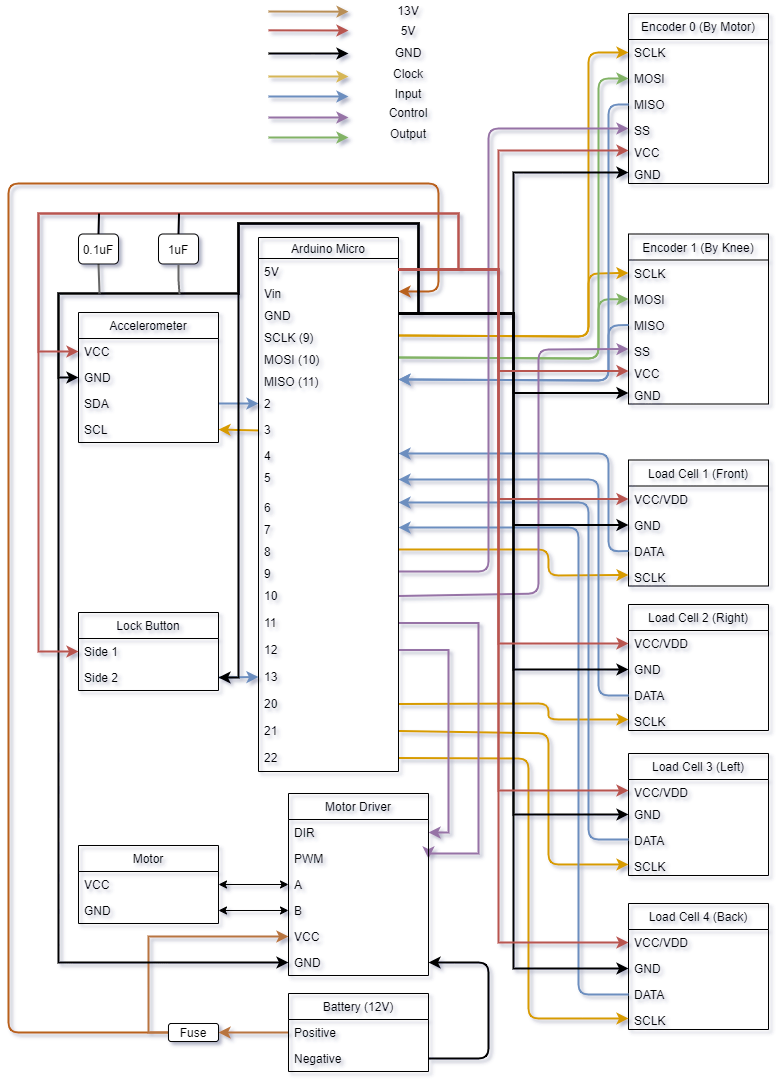
Above: Hardware/Design Schematics/Preliminary Design.png in PackBionics/cybathlon-archive (draw.io), before the change. Source tidied: cells renumbered, new cells last; positions are measured from the earlier drawing's top-left corner, leaving out a move shared by most shapes.
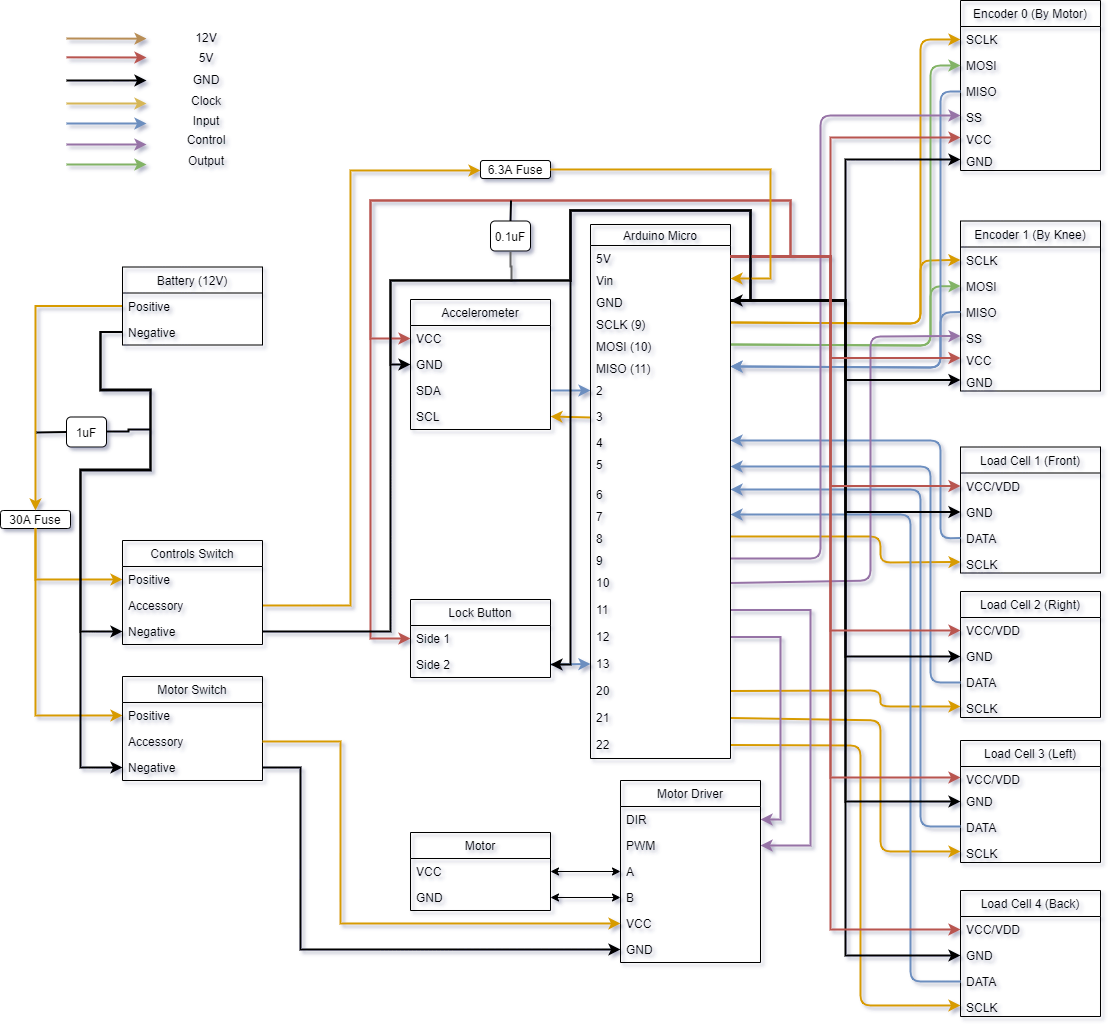
The same diagram one commit later.

What changed in the source:
```diff
@@ -250,14 +250,6 @@
     </mxCell>
-    <mxCell id="56" style="endArrow=classic;html=1;exitX=1;exitY=0.5;exitDx=0;exitDy=0;entryX=1;entryY=0.5;entryDx=0;entryDy=0;strokeWidth=2;" parent="1" edge="1" source="100" target="107">
-      <mxGeometry relative="1" as="geometry">
-        <Array as="points">
-          <mxPoint x="480" y="1058" />
-          <mxPoint x="480" y="962" />
-        </Array>
-      </mxGeometry>
-    </mxCell>
     <mxCell id="57" style="endArrow=classic;html=1;strokeWidth=2;fillColor=#f8cecc;strokeColor=#b85450;" parent="1" edge="1">
       <mxGeometry relative="1" as="geometry">
-        <mxPoint x="260" y="29.8" as="sourcePoint" />
-        <mxPoint x="340" y="30" as="targetPoint" />
+        <mxPoint x="-274" y="69.8" as="sourcePoint" />
+        <mxPoint x="-194" y="70" as="targetPoint" />
       </mxGeometry>
@@ -266,4 +258,4 @@
       <mxGeometry relative="1" as="geometry">
-        <mxPoint x="260" y="53" as="sourcePoint" />
-        <mxPoint x="340" y="53" as="targetPoint" />
+        <mxPoint x="-274" y="93" as="sourcePoint" />
+        <mxPoint x="-194" y="93" as="targetPoint" />
       </mxGeometry>
@@ -272,4 +264,4 @@
       <mxGeometry relative="1" as="geometry">
-        <mxPoint x="260" y="76" as="sourcePoint" />
-        <mxPoint x="340" y="76" as="targetPoint" />
+        <mxPoint x="-274" y="116" as="sourcePoint" />
+        <mxPoint x="-194" y="116" as="targetPoint" />
       </mxGeometry>
@@ -278,4 +270,4 @@
       <mxGeometry relative="1" as="geometry">
-        <mxPoint x="260" y="96" as="sourcePoint" />
-        <mxPoint x="340" y="96" as="targetPoint" />
+        <mxPoint x="-274" y="136" as="sourcePoint" />
+        <mxPoint x="-194" y="136" as="targetPoint" />
       </mxGeometry>
@@ -284,4 +276,4 @@
       <mxGeometry relative="1" as="geometry">
-        <mxPoint x="260" y="117" as="sourcePoint" />
-        <mxPoint x="340" y="117" as="targetPoint" />
+        <mxPoint x="-274" y="157" as="sourcePoint" />
+        <mxPoint x="-194" y="157" as="targetPoint" />
       </mxGeometry>
@@ -290,4 +282,4 @@
       <mxGeometry relative="1" as="geometry">
-        <mxPoint x="260" y="137" as="sourcePoint" />
-        <mxPoint x="340" y="137" as="targetPoint" />
+        <mxPoint x="-274" y="177" as="sourcePoint" />
+        <mxPoint x="-194" y="177" as="targetPoint" />
       </mxGeometry>
@@ -295,18 +287,18 @@
     <mxCell id="63" value="5V" style="text;html=1;strokeColor=none;fillColor=none;align=center;verticalAlign=middle;whiteSpace=wrap;rounded=0;" parent="1" vertex="1">
-      <mxGeometry x="360" y="20" width="80" height="20" as="geometry" />
+      <mxGeometry x="-174" y="60" width="80" height="20" as="geometry" />
     </mxCell>
     <mxCell id="64" value="GND" style="text;html=1;strokeColor=none;fillColor=none;align=center;verticalAlign=middle;whiteSpace=wrap;rounded=0;" parent="1" vertex="1">
-      <mxGeometry x="360" y="42" width="80" height="20" as="geometry" />
+      <mxGeometry x="-174" y="82" width="80" height="20" as="geometry" />
     </mxCell>
     <mxCell id="65" value="Clock" style="text;html=1;strokeColor=none;fillColor=none;align=center;verticalAlign=middle;whiteSpace=wrap;rounded=0;" parent="1" vertex="1">
-      <mxGeometry x="360" y="63" width="80" height="20" as="geometry" />
+      <mxGeometry x="-174" y="103" width="80" height="20" as="geometry" />
     </mxCell>
     <mxCell id="66" value="Input" style="text;html=1;strokeColor=none;fillColor=none;align=center;verticalAlign=middle;whiteSpace=wrap;rounded=0;" parent="1" vertex="1">
-      <mxGeometry x="360" y="83" width="80" height="20" as="geometry" />
+      <mxGeometry x="-174" y="123" width="80" height="20" as="geometry" />
     </mxCell>
     <mxCell id="67" value="Control" style="text;html=1;strokeColor=none;fillColor=none;align=center;verticalAlign=middle;whiteSpace=wrap;rounded=0;" parent="1" vertex="1">
-      <mxGeometry x="360" y="102" width="80" height="20" as="geometry" />
+      <mxGeometry x="-174" y="142" width="80" height="20" as="geometry" />
     </mxCell>
     <mxCell id="68" value="Output" style="text;html=1;strokeColor=none;fillColor=none;align=center;verticalAlign=middle;whiteSpace=wrap;rounded=0;" parent="1" vertex="1">
-      <mxGeometry x="360" y="123" width="80" height="20" as="geometry" />
+      <mxGeometry x="-174" y="163" width="80" height="20" as="geometry" />
     </mxCell>
@@ -321,5 +313,4 @@
         <Array as="points">
-          <mxPoint x="470" y="622" />
-          <mxPoint x="470" y="853" />
-          <mxPoint x="420" y="853" />
+          <mxPoint x="470" y="623" />
+          <mxPoint x="470" y="858" />
         </Array>
@@ -327,20 +318,4 @@
     </mxCell>
-    <mxCell id="72" style="endArrow=classic;html=1;exitX=0;exitY=0.5;exitDx=0;exitDy=0;entryX=1;entryY=0.5;entryDx=0;entryDy=0;fillColor=#f8cecc;strokeColor=#B8601D;strokeWidth=2;" parent="1" edge="1" source="75" target="78">
-      <mxGeometry relative="1" as="geometry">
-        <Array as="points">
-          <mxPoint y="1032" />
-          <mxPoint y="183" />
-          <mxPoint x="430" y="183" />
-          <mxPoint x="430" y="291" />
-        </Array>
-      </mxGeometry>
-    </mxCell>
-    <mxCell id="73" style="edgeStyle=orthogonalEdgeStyle;rounded=0;jettySize=auto;html=1;exitX=1;exitY=0.5;exitDx=0;exitDy=0;strokeColor=#B87440;startArrow=classic;startFill=1;endArrow=none;endFill=0;strokeWidth=2;entryX=0;entryY=0.5;entryDx=0;entryDy=0;" parent="1" edge="1" source="75" target="99">
-      <mxGeometry relative="1" as="geometry" />
-    </mxCell>
-    <mxCell id="74" style="edgeStyle=orthogonalEdgeStyle;rounded=0;jettySize=auto;html=1;exitX=0;exitY=0.5;exitDx=0;exitDy=0;entryX=0;entryY=0.5;entryDx=0;entryDy=0;startArrow=none;startFill=0;endArrow=classic;endFill=1;strokeColor=#B87440;strokeWidth=2;" parent="1" edge="1" source="75" target="106">
-      <mxGeometry relative="1" as="geometry" />
-    </mxCell>
-    <mxCell id="75" value="Fuse" style="rounded=1;whiteSpace=wrap;html=1;" parent="1" vertex="1">
-      <mxGeometry x="160" y="1023" width="50" height="18" as="geometry" />
+    <mxCell id="75" value="6.3A Fuse" style="rounded=1;whiteSpace=wrap;html=1;" parent="1" vertex="1">
+      <mxGeometry x="140" y="173" width="70" height="18" as="geometry" />
     </mxCell>
@@ -412,11 +387,2 @@
     </mxCell>
-    <mxCell id="98" value="Battery (12V)" style="swimlane;fontStyle=0;horizontal=1;startSize=26;fillColor=none;" parent="1" vertex="1">
-      <mxGeometry x="280" y="993" width="140" height="78" as="geometry" />
-    </mxCell>
-    <mxCell id="99" value="Positive" style="text;strokeColor=none;fillColor=none;align=left;verticalAlign=top;spacingLeft=4;spacingRight=4;overflow=hidden;points=[[0,0.5],[1,0.5]];portConstraint=eastwest;" parent="98" vertex="1">
-      <mxGeometry y="26" width="140" height="26" as="geometry" />
-    </mxCell>
-    <mxCell id="100" value="Negative" style="text;strokeColor=none;fillColor=none;align=left;verticalAlign=top;spacingLeft=4;spacingRight=4;overflow=hidden;points=[[0,0.5],[1,0.5]];portConstraint=eastwest;" parent="98" vertex="1">
-      <mxGeometry y="52" width="140" height="26" as="geometry" />
-    </mxCell>
     <mxCell id="101" value="Motor Driver" style="swimlane;fontStyle=0;horizontal=1;startSize=26;fillColor=none;" parent="1" vertex="1">
@@ -487,14 +453,2 @@
     </mxCell>
-    <mxCell id="120" style="edgeStyle=orthogonalEdgeStyle;rounded=0;jettySize=auto;html=1;exitX=1;exitY=0.5;exitDx=0;exitDy=0;entryX=0;entryY=0.5;entryDx=0;entryDy=0;startArrow=none;startFill=0;endArrow=classic;endFill=1;strokeWidth=2;" parent="1" edge="1" source="79" target="107">
-      <mxGeometry relative="1" as="geometry">
-        <Array as="points">
-          <mxPoint x="410" y="313" />
-          <mxPoint x="410" y="223" />
-          <mxPoint x="230" y="223" />
-          <mxPoint x="230" y="293" />
-          <mxPoint x="50" y="293" />
-          <mxPoint x="50" y="962" />
-        </Array>
-      </mxGeometry>
-    </mxCell>
     <mxCell id="121" style="edgeStyle=orthogonalEdgeStyle;rounded=0;jettySize=auto;html=1;exitX=1;exitY=0.5;exitDx=0;exitDy=0;entryX=0;entryY=0.5;entryDx=0;entryDy=0;startArrow=none;startFill=0;endArrow=classic;endFill=1;strokeWidth=2;" parent="1" edge="1" source="79" target="15">
@@ -597,21 +551,11 @@
       <mxGeometry relative="1" as="geometry">
-        <mxPoint x="260" y="11" as="sourcePoint" />
-        <mxPoint x="340" y="11.2" as="targetPoint" />
+        <mxPoint x="-274" y="51" as="sourcePoint" />
+        <mxPoint x="-194" y="51.2" as="targetPoint" />
       </mxGeometry>
     </mxCell>
-    <mxCell id="137" value="13V" style="text;html=1;strokeColor=none;fillColor=none;align=center;verticalAlign=middle;whiteSpace=wrap;rounded=0;" parent="1" vertex="1">
-      <mxGeometry x="360" width="80" height="20" as="geometry" />
+    <mxCell id="137" value="12V" style="text;html=1;strokeColor=none;fillColor=none;align=center;verticalAlign=middle;whiteSpace=wrap;rounded=0;" parent="1" vertex="1">
+      <mxGeometry x="-174" y="40" width="80" height="20" as="geometry" />
     </mxCell>
-    <mxCell id="138" style="edgeStyle=orthogonalEdgeStyle;rounded=0;jettySize=auto;html=1;exitX=0.5;exitY=1;exitDx=0;exitDy=0;startArrow=none;startFill=0;endArrow=none;endFill=0;strokeColor=#666666;strokeWidth=2;fillColor=#f5f5f5;" parent="1" edge="1" source="140">
-      <mxGeometry relative="1" as="geometry">
-        <mxPoint x="91" y="293" as="targetPoint" />
-      </mxGeometry>
-    </mxCell>
-    <mxCell id="139" style="edgeStyle=orthogonalEdgeStyle;rounded=0;jettySize=auto;html=1;exitX=0.5;exitY=0;exitDx=0;exitDy=0;startArrow=none;startFill=0;endArrow=none;endFill=0;strokeWidth=2;" parent="1" edge="1" source="140">
-      <mxGeometry relative="1" as="geometry">
-        <mxPoint x="90.5" y="213" as="targetPoint" />
-      </mxGeometry>
-    </mxCell>
-    <mxCell id="140" value="0.1uF" style="rounded=1;whiteSpace=wrap;html=1;" parent="1" vertex="1">
-      <mxGeometry x="70" y="233.5" width="40" height="30" as="geometry" />
+    <mxCell id="140" value="1uF" style="rounded=1;whiteSpace=wrap;html=1;" parent="1" vertex="1">
+      <mxGeometry x="-274" y="429.5" width="40" height="30" as="geometry" />
     </mxCell>
@@ -622,3 +566,3 @@
     </mxCell>
-    <mxCell id="142" value="1uF" style="rounded=1;whiteSpace=wrap;html=1;" parent="1" vertex="1">
+    <mxCell id="142" value="0.1uF" style="rounded=1;whiteSpace=wrap;html=1;" parent="1" vertex="1">
       <mxGeometry x="150" y="233.5" width="40" height="30" as="geometry" />
@@ -634,2 +578,148 @@
     </mxCell>
+    <mxCell id="144" value="30A Fuse" style="rounded=1;whiteSpace=wrap;html=1;" parent="1" vertex="1">
+      <mxGeometry x="-340" y="523" width="70" height="18" as="geometry" />
+    </mxCell>
+    <mxCell id="145" style="edgeStyle=orthogonalEdgeStyle;rounded=0;jettySize=auto;html=1;entryX=0;entryY=0.5;entryDx=0;entryDy=0;startArrow=none;startFill=0;endArrow=classic;endFill=1;strokeColor=#d79b00;strokeWidth=2;fillColor=#ffe6cc;exitX=0.5;exitY=1;exitDx=0;exitDy=0;" parent="1" edge="1" source="144" target="159">
+      <mxGeometry relative="1" as="geometry">
+        <Array as="points">
+          <mxPoint x="-305" y="592" />
+        </Array>
+      </mxGeometry>
+    </mxCell>
+    <mxCell id="146" style="edgeStyle=orthogonalEdgeStyle;rounded=0;jettySize=auto;html=1;entryX=0;entryY=0.5;entryDx=0;entryDy=0;startArrow=none;startFill=0;endArrow=classic;endFill=1;strokeColor=#d79b00;strokeWidth=2;fillColor=#ffe6cc;exitX=0.5;exitY=1;exitDx=0;exitDy=0;" parent="1" edge="1" source="144" target="152">
+      <mxGeometry relative="1" as="geometry">
+        <Array as="points">
+          <mxPoint x="-305" y="728" />
+        </Array>
+      </mxGeometry>
+    </mxCell>
+    <mxCell id="147" style="edgeStyle=orthogonalEdgeStyle;rounded=0;jettySize=auto;html=1;startArrow=none;startFill=0;endArrow=classic;endFill=1;strokeColor=#d79b00;strokeWidth=2;fillColor=#ffe6cc;exitX=0;exitY=0.5;exitDx=0;exitDy=0;entryX=0.5;entryY=0;entryDx=0;entryDy=0;" parent="1" edge="1" source="99" target="144">
+      <mxGeometry relative="1" as="geometry">
+        <Array as="points">
+          <mxPoint x="-305" y="319" />
+        </Array>
+      </mxGeometry>
+    </mxCell>
+    <mxCell id="148" style="edgeStyle=orthogonalEdgeStyle;rounded=0;jettySize=auto;html=1;startArrow=none;startFill=0;endArrow=classic;endFill=1;strokeWidth=2;fillColor=#f8cecc;exitX=0;exitY=0.5;exitDx=0;exitDy=0;entryX=0;entryY=0.5;entryDx=0;entryDy=0;" parent="1" edge="1" source="100" target="161">
+      <mxGeometry relative="1" as="geometry">
+        <Array as="points">
+          <mxPoint x="-240" y="345" />
+          <mxPoint x="-240" y="403" />
+          <mxPoint x="-190" y="403" />
+          <mxPoint x="-190" y="483" />
+          <mxPoint x="-260" y="483" />
+          <mxPoint x="-260" y="644" />
+        </Array>
+      </mxGeometry>
+    </mxCell>
+    <mxCell id="149" style="edgeStyle=orthogonalEdgeStyle;rounded=0;jettySize=auto;html=1;startArrow=none;startFill=0;endArrow=none;endFill=0;strokeWidth=2;entryX=0;entryY=0.5;entryDx=0;entryDy=0;" parent="1" edge="1" target="140">
+      <mxGeometry relative="1" as="geometry">
+        <mxPoint x="-304" y="445" as="sourcePoint" />
+        <Array as="points">
+          <mxPoint x="-304" y="445" />
+          <mxPoint x="-290" y="445" />
+        </Array>
+      </mxGeometry>
+    </mxCell>
+    <mxCell id="150" style="edgeStyle=orthogonalEdgeStyle;rounded=0;orthogonalLoop=1;jettySize=auto;html=1;startArrow=none;startFill=0;endArrow=none;endFill=0;strokeWidth=2;" parent="1" edge="1">
+      <mxGeometry relative="1" as="geometry">
+        <mxPoint x="-234" y="444" as="sourcePoint" />
+        <mxPoint x="-190" y="442" as="targetPoint" />
+        <Array as="points">
+          <mxPoint x="-212" y="444" />
+          <mxPoint x="-212" y="442" />
+        </Array>
+      </mxGeometry>
+    </mxCell>
+    <mxCell id="151" value="Motor Switch" style="swimlane;fontStyle=0;horizontal=1;startSize=26;fillColor=none;" parent="1" vertex="1">
+      <mxGeometry x="-218" y="689" width="140" height="104" as="geometry" />
+    </mxCell>
+    <mxCell id="152" value="Positive" style="text;strokeColor=none;fillColor=none;align=left;verticalAlign=top;spacingLeft=4;spacingRight=4;overflow=hidden;points=[[0,0.5],[1,0.5]];portConstraint=eastwest;" parent="151" vertex="1">
+      <mxGeometry y="26" width="140" height="26" as="geometry" />
+    </mxCell>
+    <mxCell id="153" value="Accessory" style="text;strokeColor=none;fillColor=none;align=left;verticalAlign=top;spacingLeft=4;spacingRight=4;overflow=hidden;points=[[0,0.5],[1,0.5]];portConstraint=eastwest;" parent="151" vertex="1">
+      <mxGeometry y="52" width="140" height="26" as="geometry" />
+    </mxCell>
+    <mxCell id="154" value="Negative" style="text;strokeColor=none;fillColor=none;align=left;verticalAlign=top;spacingLeft=4;spacingRight=4;overflow=hidden;points=[[0,0.5],[1,0.5]];portConstraint=eastwest;" parent="151" vertex="1">
+      <mxGeometry y="78" width="140" height="26" as="geometry" />
+    </mxCell>
+    <mxCell id="155" style="edgeStyle=orthogonalEdgeStyle;rounded=0;jettySize=auto;html=1;startArrow=none;startFill=0;endArrow=classic;endFill=1;strokeWidth=2;fillColor=#f8cecc;exitX=0;exitY=0.5;exitDx=0;exitDy=0;entryX=0;entryY=0.5;entryDx=0;entryDy=0;" parent="1" edge="1" source="100" target="154">
+      <mxGeometry relative="1" as="geometry">
+        <Array as="points">
+          <mxPoint x="-240" y="345" />
+          <mxPoint x="-240" y="402" />
+          <mxPoint x="-190" y="402" />
+          <mxPoint x="-190" y="482" />
+          <mxPoint x="-260" y="482" />
+          <mxPoint x="-260" y="780" />
+        </Array>
+      </mxGeometry>
+    </mxCell>
+    <mxCell id="156" style="edgeStyle=orthogonalEdgeStyle;rounded=0;jettySize=auto;html=1;entryX=0;entryY=0.5;entryDx=0;entryDy=0;startArrow=none;startFill=0;endArrow=classic;endFill=1;strokeColor=#d79b00;strokeWidth=2;fillColor=#ffe6cc;exitX=1;exitY=0.5;exitDx=0;exitDy=0;" parent="1" edge="1" source="153" target="106">
+      <mxGeometry relative="1" as="geometry">
+        <Array as="points">
+          <mxPoint y="754" />
+          <mxPoint y="936" />
+        </Array>
+      </mxGeometry>
+    </mxCell>
+    <mxCell id="157" style="edgeStyle=orthogonalEdgeStyle;rounded=0;jettySize=auto;html=1;startArrow=none;startFill=0;endArrow=classic;endFill=1;strokeColor=#d79b00;strokeWidth=2;fillColor=#ffe6cc;exitX=1;exitY=0.5;exitDx=0;exitDy=0;" parent="1" edge="1" source="160">
+      <mxGeometry relative="1" as="geometry">
+        <mxPoint x="140" y="183" as="targetPoint" />
+        <Array as="points">
+          <mxPoint x="10" y="565" />
+          <mxPoint x="10" y="183" />
+          <mxPoint x="120" y="183" />
+        </Array>
+      </mxGeometry>
+    </mxCell>
+    <mxCell id="72" style="edgeStyle=orthogonalEdgeStyle;rounded=0;jettySize=auto;html=1;startArrow=none;startFill=0;endArrow=classic;endFill=1;strokeColor=#d79b00;strokeWidth=2;fillColor=#ffe6cc;exitX=1;exitY=0.5;exitDx=0;exitDy=0;entryX=1;entryY=0.5;entryDx=0;entryDy=0;" parent="1" edge="1" source="75" target="78">
+      <mxGeometry relative="1" as="geometry">
+        <Array as="points">
+          <mxPoint x="430" y="182" />
+          <mxPoint x="430" y="291" />
+        </Array>
+      </mxGeometry>
+    </mxCell>
+    <mxCell id="158" value="Controls Switch" style="swimlane;fontStyle=0;horizontal=1;startSize=26;fillColor=none;" parent="1" vertex="1">
+      <mxGeometry x="-218" y="553" width="140" height="104" as="geometry" />
+    </mxCell>
+    <mxCell id="159" value="Positive" style="text;strokeColor=none;fillColor=none;align=left;verticalAlign=top;spacingLeft=4;spacingRight=4;overflow=hidden;points=[[0,0.5],[1,0.5]];portConstraint=eastwest;" parent="158" vertex="1">
+      <mxGeometry y="26" width="140" height="26" as="geometry" />
+    </mxCell>
+    <mxCell id="160" value="Accessory" style="text;strokeColor=none;fillColor=none;align=left;verticalAlign=top;spacingLeft=4;spacingRight=4;overflow=hidden;points=[[0,0.5],[1,0.5]];portConstraint=eastwest;" parent="158" vertex="1">
+      <mxGeometry y="52" width="140" height="26" as="geometry" />
+    </mxCell>
+    <mxCell id="161" value="Negative" style="text;strokeColor=none;fillColor=none;align=left;verticalAlign=top;spacingLeft=4;spacingRight=4;overflow=hidden;points=[[0,0.5],[1,0.5]];portConstraint=eastwest;" parent="158" vertex="1">
+      <mxGeometry y="78" width="140" height="26" as="geometry" />
+    </mxCell>
+    <mxCell id="98" value="Battery (12V)" style="swimlane;fontStyle=0;horizontal=1;startSize=26;fillColor=none;" parent="1" vertex="1">
+      <mxGeometry x="-218" y="279.5" width="140" height="78" as="geometry" />
+    </mxCell>
+    <mxCell id="99" value="Positive" style="text;strokeColor=none;fillColor=none;align=left;verticalAlign=top;spacingLeft=4;spacingRight=4;overflow=hidden;points=[[0,0.5],[1,0.5]];portConstraint=eastwest;" parent="98" vertex="1">
+      <mxGeometry y="26" width="140" height="26" as="geometry" />
+    </mxCell>
+    <mxCell id="100" value="Negative" style="text;strokeColor=none;fillColor=none;align=left;verticalAlign=top;spacingLeft=4;spacingRight=4;overflow=hidden;points=[[0,0.5],[1,0.5]];portConstraint=eastwest;" parent="98" vertex="1">
+      <mxGeometry y="52" width="140" height="26" as="geometry" />
+    </mxCell>
+    <mxCell id="162" style="edgeStyle=orthogonalEdgeStyle;rounded=0;jettySize=auto;html=1;startArrow=none;startFill=0;endArrow=classic;endFill=1;strokeWidth=2;fillColor=#f8cecc;exitX=1;exitY=0.5;exitDx=0;exitDy=0;entryX=1;entryY=0.5;entryDx=0;entryDy=0;" parent="1" edge="1" source="161" target="79">
+      <mxGeometry relative="1" as="geometry">
+        <Array as="points">
+          <mxPoint x="50" y="644" />
+          <mxPoint x="50" y="293" />
+          <mxPoint x="230" y="293" />
+          <mxPoint x="230" y="223" />
+          <mxPoint x="410" y="223" />
+          <mxPoint x="410" y="313" />
+        </Array>
+      </mxGeometry>
+    </mxCell>
+    <mxCell id="163" style="edgeStyle=orthogonalEdgeStyle;rounded=0;jettySize=auto;html=1;startArrow=none;startFill=0;endArrow=classic;endFill=1;strokeWidth=2;fillColor=#f8cecc;exitX=1;exitY=0.5;exitDx=0;exitDy=0;entryX=0;entryY=0.5;entryDx=0;entryDy=0;" parent="1" edge="1" source="154" target="107">
+      <mxGeometry relative="1" as="geometry">
+        <Array as="points">
+          <mxPoint x="-40" y="780" />
+          <mxPoint x="-40" y="962" />
+        </Array>
+      </mxGeometry>
+    </mxCell>
   </root>
```
